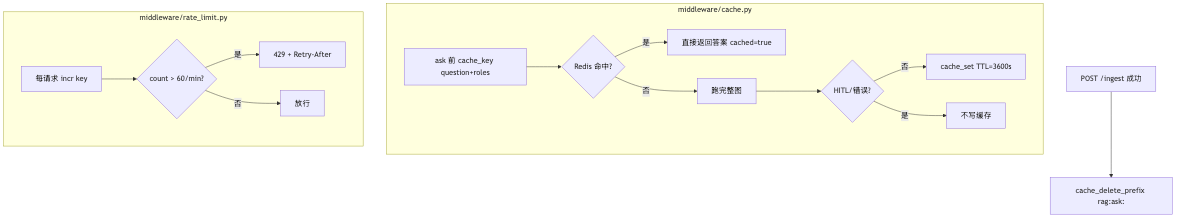
Above: project_00_rag_agent/docs/diagrams/06_cache_rate_limit.png in charlie-chann/ai-agent-langgraph-main (Mermaid), before the change. Its source is kept beside it as project_00_rag_agent/docs/diagrams/source/06_cache_rate_limit.mmd.
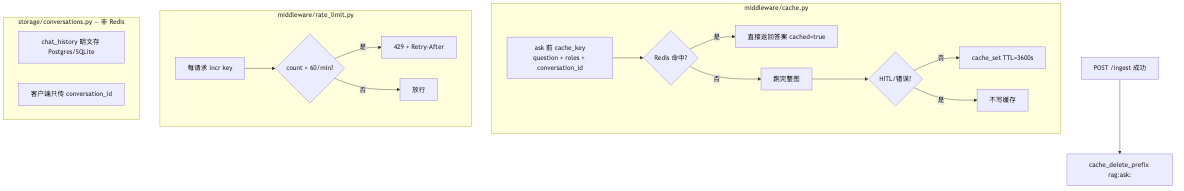
After the change.

What changed in the source:
```diff
@@ -1,6 +1,6 @@
 flowchart TD
     subgraph Cache["middleware/cache.py"]
-        C1[ask 前 cache_key question+roles] --> C2{Redis 命中?}
+        C1["ask 前 cache_key<br/>question + roles + conversation_id"] --> C2{Redis 命中?}
         C2 -->|是| C3[直接返回答案 cached=true]
         C2 -->|否| C4[跑完整图]
         C4 --> C5{HITL/错误?}
@@ -14,4 +14,9 @@
         R2 -->|否| R4[放行]
     end
 
+    subgraph History["storage/conversations.py — 非 Redis"]
+        H1[chat_history 明文存 Postgres/SQLite]
+        H2[客户端只传 conversation_id]
+    end
+
     INGEST_DONE[POST /ingest 成功] --> CLEAR[cache_delete_prefix rag:ask:]
```
